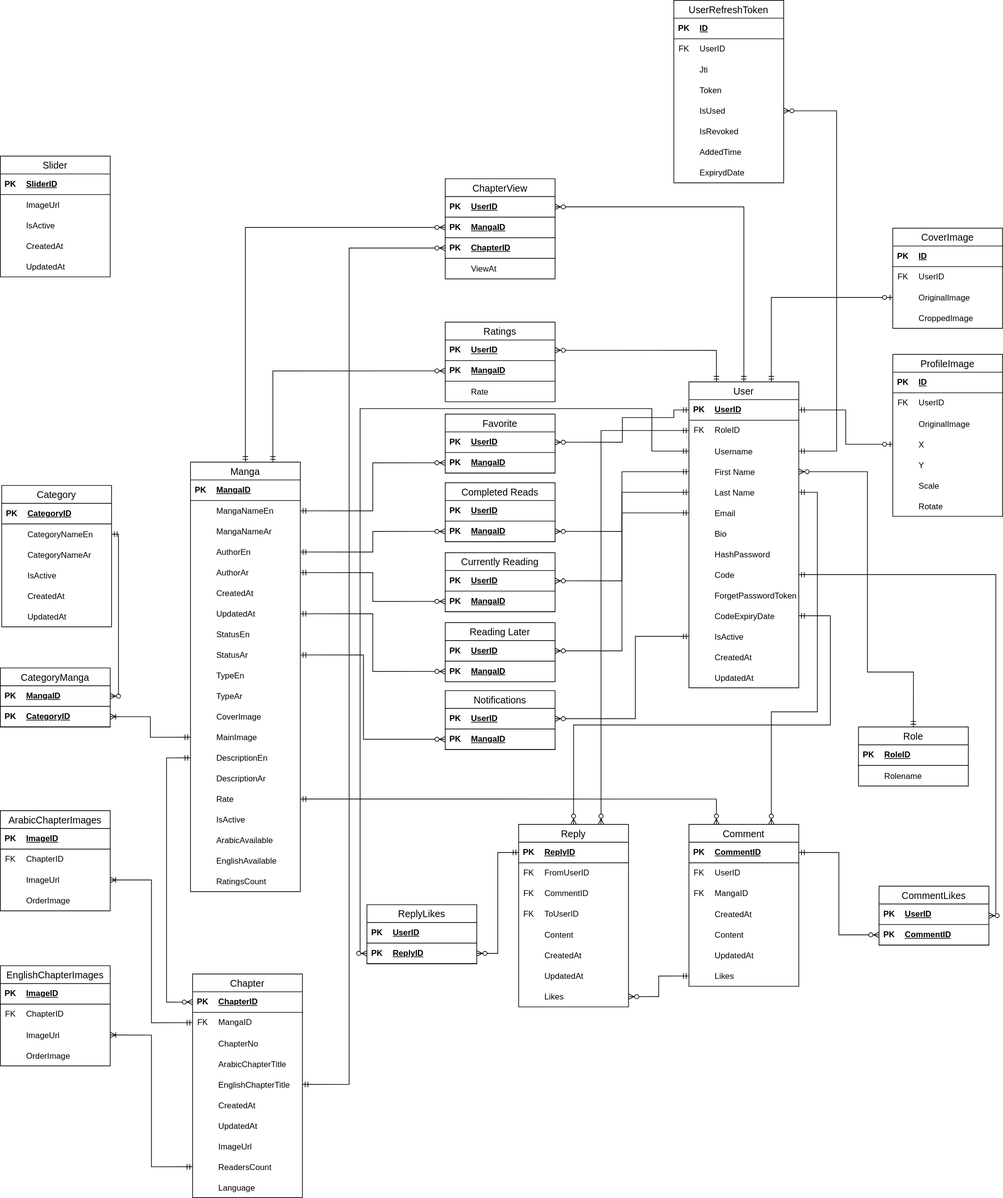
Before: ERD/ARABOON.svg, a diagram exported from draw.io (darxx03eh/ARABOON-Backend). Source tidied: cells renumbered, new cells last; positions are measured from the earlier drawing's top-left corner, leaving out a move shared by most shapes.
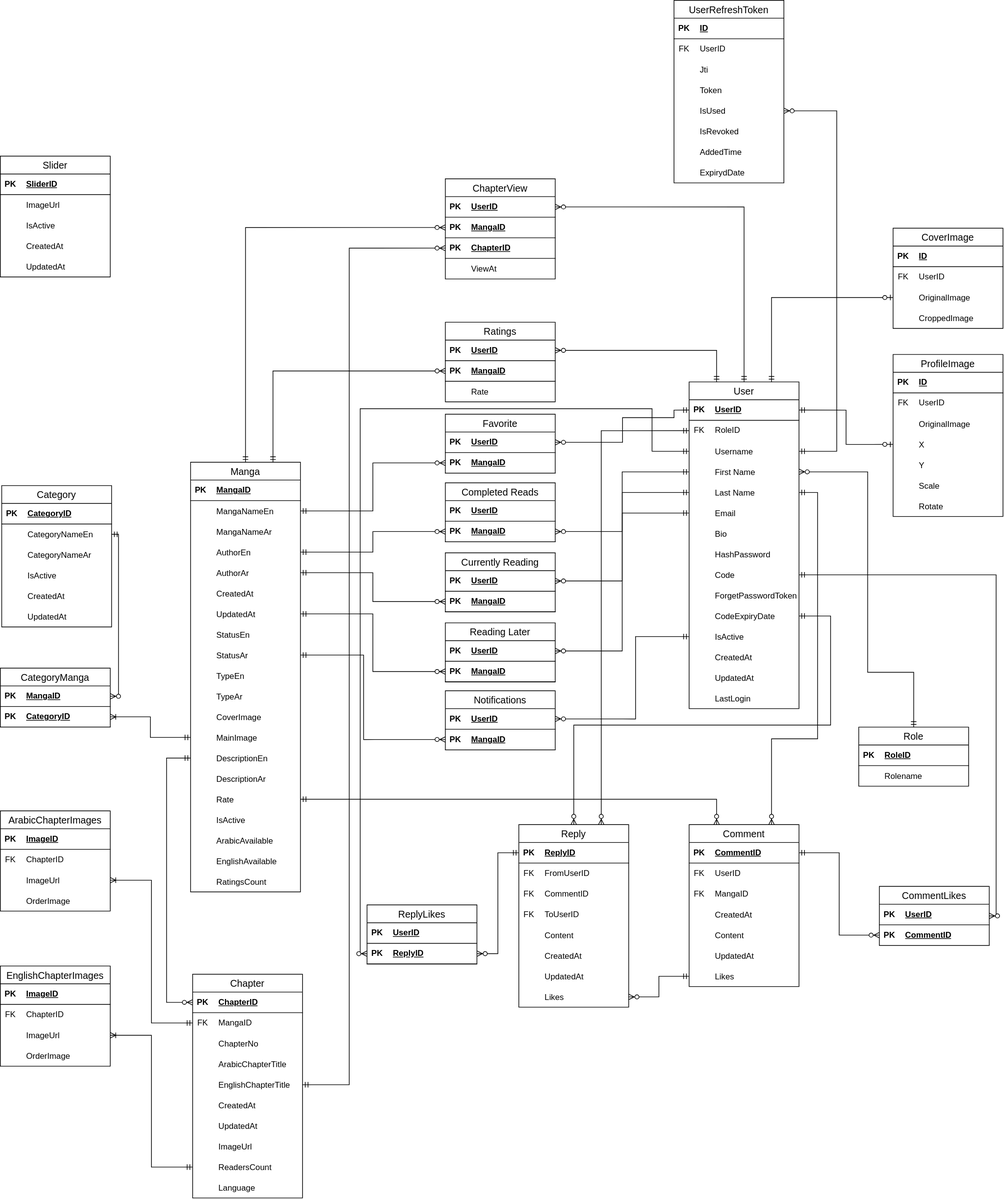
The same diagram one commit later.

What changed in the source:
```diff
@@ -3,10 +3,10 @@
     <mxCell id="0" />
     <mxCell id="1" parent="0" />
     <mxCell id="2" value="User" style="swimlane;fontStyle=0;horizontal=1;startSize=26;align=center;fontSize=14;" parent="1" vertex="1">
-      <mxGeometry x="1003" y="556" width="160" height="446" as="geometry" />
+      <mxGeometry x="1003" y="556" width="160" height="476" as="geometry" />
     </mxCell>
     <mxCell id="3" style="shape=table;startSize=0;rowLines=0;fontStyle=0;align=center;strokeColor=none;fillColor=none;" parent="2" vertex="1">
-      <mxGeometry y="26" width="160" height="420" as="geometry" />
+      <mxGeometry y="26" width="160" height="450" as="geometry" />
     </mxCell>
     <mxCell id="4" style="shape=tableRow;horizontal=0;startSize=0;swimlaneHead=0;swimlaneBody=0;fillColor=none;points=[[0,0.5],[1,0.5]];portConstraint=eastwest;top=0;left=0;right=0;bottom=1;" parent="3" vertex="1">
       <mxGeometry width="160" height="30" as="geometry" />
@@ -134,6 +134,15 @@
     <mxCell id="45" value="UpdatedAt" style="shape=partialRectangle;fillColor=none;top=0;left=0;bottom=0;right=0;align=left;spacingLeft=6;overflow=hidden;" parent="43" vertex="1">
       <mxGeometry x="30" width="130" height="30" as="geometry" />
     </mxCell>
+    <mxCell id="448" style="shape=tableRow;horizontal=0;startSize=0;swimlaneHead=0;swimlaneBody=0;fillColor=none;top=0;left=0;right=0;bottom=0;" parent="3" vertex="1">
+      <mxGeometry y="420" width="160" height="30" as="geometry" />
+    </mxCell>
+    <mxCell id="449" style="shape=partialRectangle;fillColor=none;top=0;left=0;bottom=0;right=0;overflow=hidden;" parent="448" vertex="1">
+      <mxGeometry width="30" height="30" as="geometry" />
+    </mxCell>
+    <mxCell id="450" value="LastLogin" style="shape=partialRectangle;fillColor=none;top=0;left=0;bottom=0;right=0;align=left;spacingLeft=6;overflow=hidden;" parent="448" vertex="1">
+      <mxGeometry x="30" width="130" height="30" as="geometry" />
+    </mxCell>
     <mxCell id="46" value="Manga" style="swimlane;fontStyle=0;horizontal=1;startSize=26;align=center;fontSize=14;" parent="1" vertex="1">
       <mxGeometry x="277" y="673" width="160" height="626" as="geometry" />
     </mxCell>
@@ -593,8 +602,8 @@
       <mxGeometry relative="1" as="geometry">
         <Array as="points">
           <mxPoint x="1190" y="717" />
-          <mxPoint x="1190" y="1037" />
-          <mxPoint x="1123" y="1037" />
+          <mxPoint x="1190" y="1076" />
+          <mxPoint x="1123" y="1076" />
         </Array>
       </mxGeometry>
     </mxCell>
```
